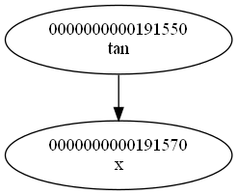
Above: graph.png in levasemin/Diff (Graphviz), before the change. Its source is kept beside it as graph.dot.
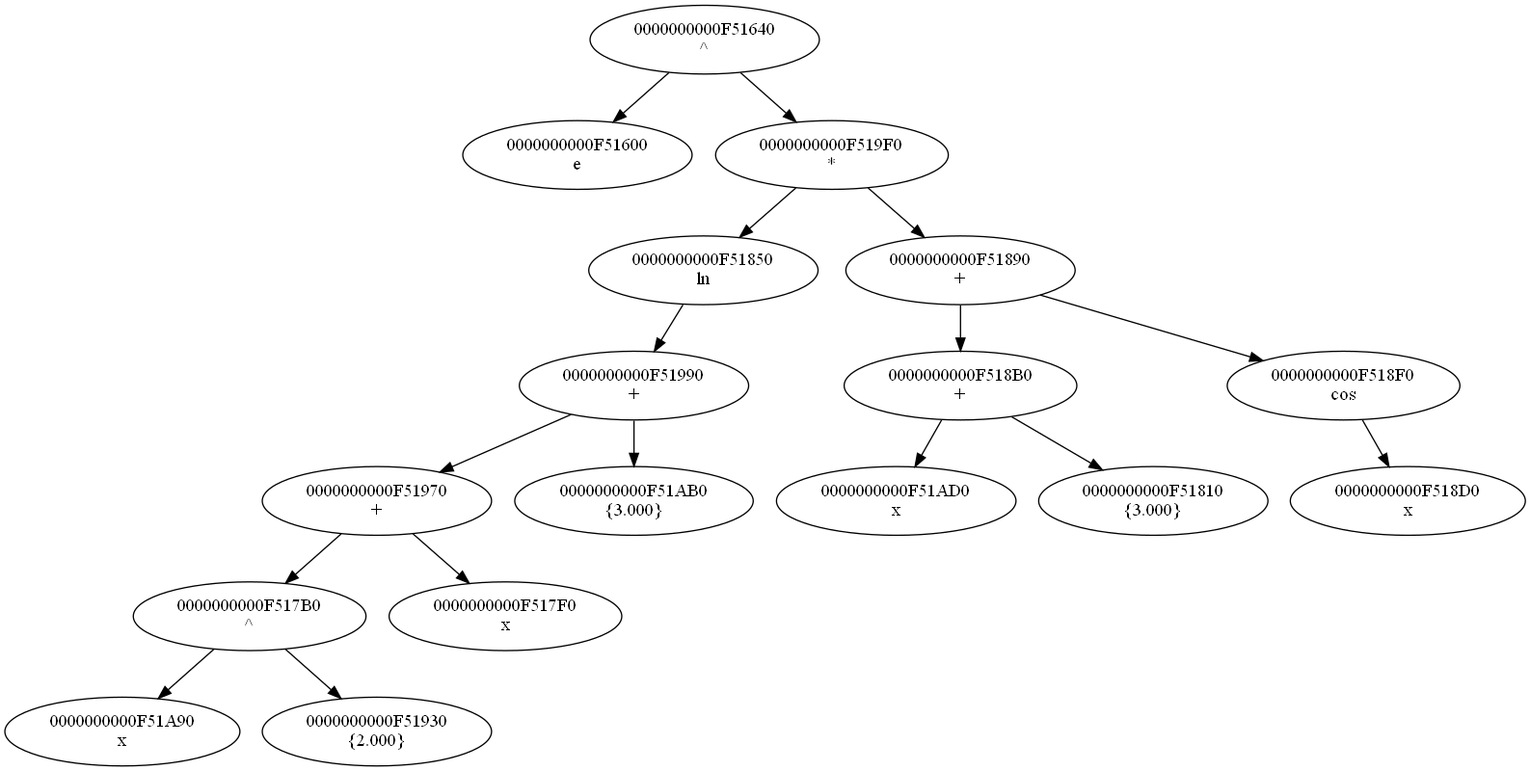
Later version of the same file.

What changed in the source:
```diff
@@ -1,7 +1,66 @@
 digraph G{
-"0000000000191550
-tan"->"0000000000191570
+"0000000000F51640
+^"->"0000000000F51600
+e";
+"0000000000F51640
+^"->"0000000000F519F0
+*";
+"0000000000F51600
+e";
+"0000000000F519F0
+*"->"0000000000F51850
+ln";
+"0000000000F519F0
+*"->"0000000000F51890
++";
+"0000000000F51850
+ln"->"0000000000F51990
++";
+"0000000000F51990
++"->"0000000000F51970
++";
+"0000000000F51990
++"->"0000000000F51AB0
+{3.000}";
+"0000000000F51970
++"->"0000000000F517B0
+^";
+"0000000000F51970
++"->"0000000000F517F0
 x";
-"0000000000191570
+"0000000000F517B0
+^"->"0000000000F51A90
+x";
+"0000000000F517B0
+^"->"0000000000F51930
+{2.000}";
+"0000000000F51A90
+x";
+"0000000000F51930
+{2.000}";
+"0000000000F517F0
+x";
+"0000000000F51AB0
+{3.000}";
+"0000000000F51890
++"->"0000000000F518B0
++";
+"0000000000F51890
++"->"0000000000F518F0
+cos";
+"0000000000F518B0
++"->"0000000000F51AD0
+x";
+"0000000000F518B0
++"->"0000000000F51810
+{3.000}";
+"0000000000F51AD0
+x";
+"0000000000F51810
+{3.000}";
+"0000000000F518F0
+cos"->"0000000000F518D0
+x";
+"0000000000F518D0
 x";
 }
```
